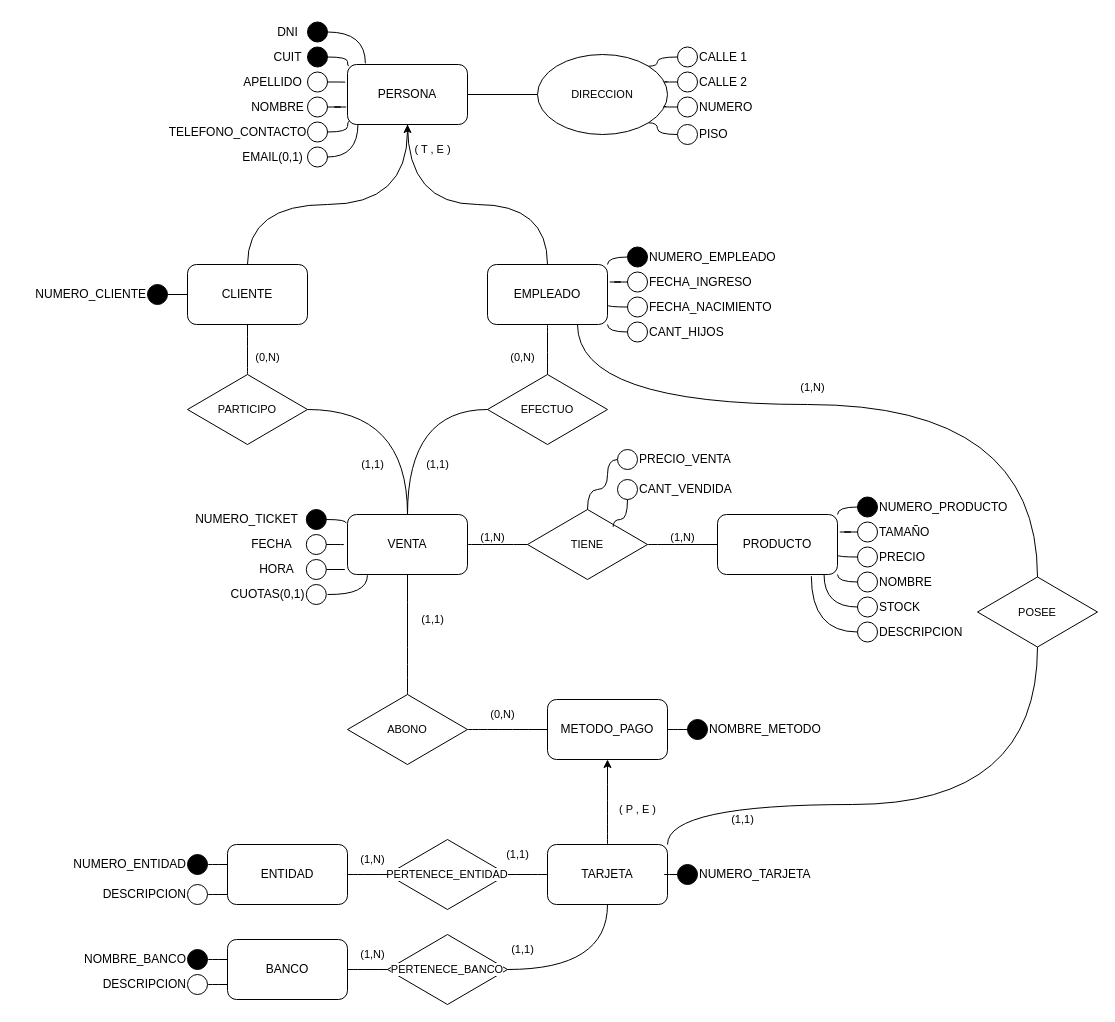
Above: Practica_2 /Modelado_6.drawio in imnotsetro/DBD (draw.io), before the change. Source tidied: cells renumbered, new cells numbered last; positions are measured from the earlier drawing's top-left corner, leaving out a move shared by most shapes. Both pictures are drawn from the tidied source at 100%, with x=0, y=0 at pixel (17, 16).
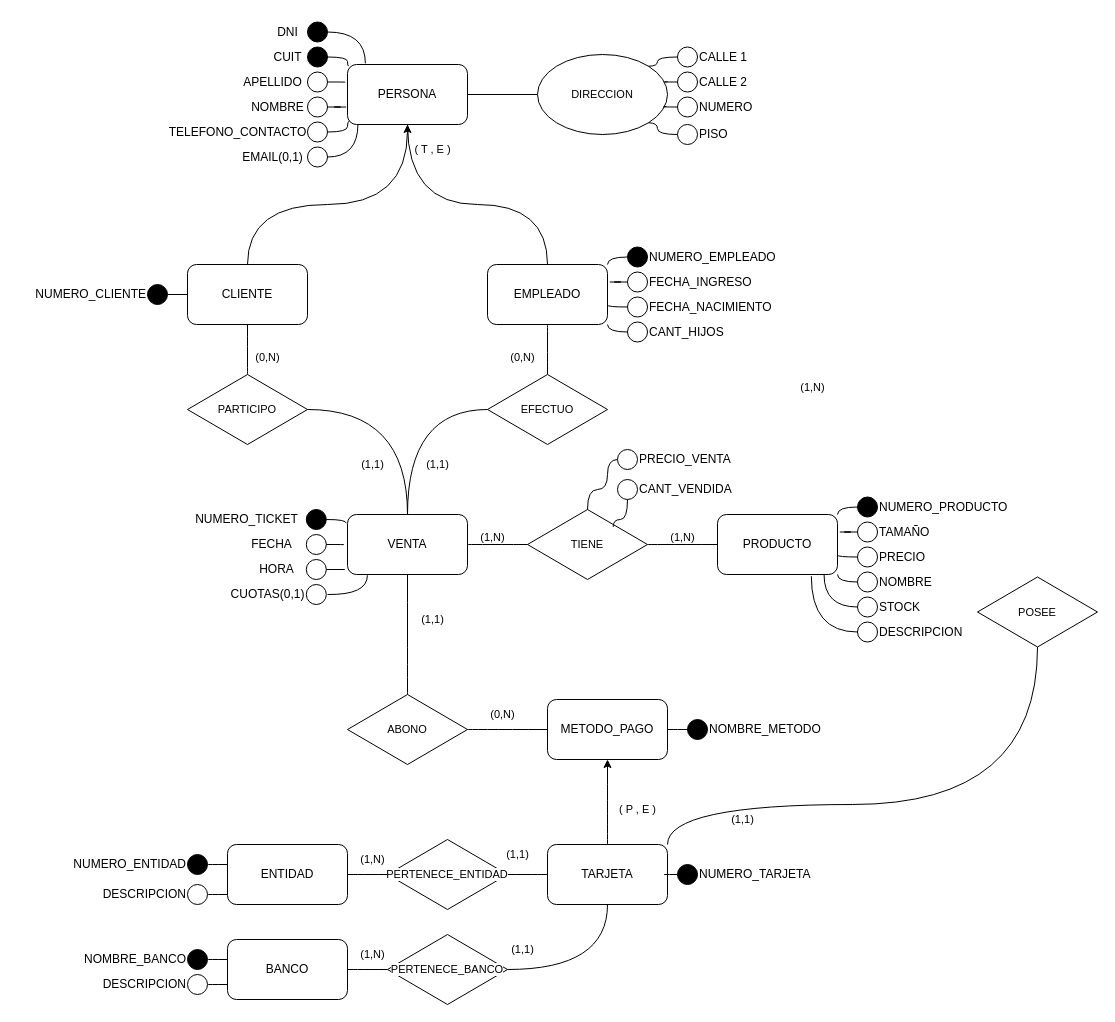
The same page after the edit.

Unchanged cells that the change refers to:
```xml
<mxCell id="37" value="EMPLEADO" style="rounded=1;whiteSpace=wrap;html=1;" parent="1" vertex="1">
  <mxGeometry x="470" y="248" width="120" height="60" as="geometry" />
</mxCell>
<mxCell id="149" value="POSEE" style="rhombus;whiteSpace=wrap;html=1;fontFamily=Helvetica;fontSize=11;fontColor=default;labelBackgroundColor=default;" parent="1" vertex="1">
  <mxGeometry x="960" y="560.5" width="120" height="70" as="geometry" />
</mxCell>
```

What changed in the source:
```diff
@@
-    <mxCell id="148" style="edgeStyle=orthogonalEdgeStyle;rounded=0;jettySize=auto;html=1;entryX=0.75;entryY=1;entryDx=0;entryDy=0;curved=1;endArrow=none;endFill=0;" parent="1" edge="1" source="149" target="37">
-      <mxGeometry relative="1" as="geometry">
-        <Array as="points">
-          <mxPoint x="1020" y="388" />
-          <mxPoint x="560" y="388" />
-        </Array>
-      </mxGeometry>
-    </mxCell>
```
